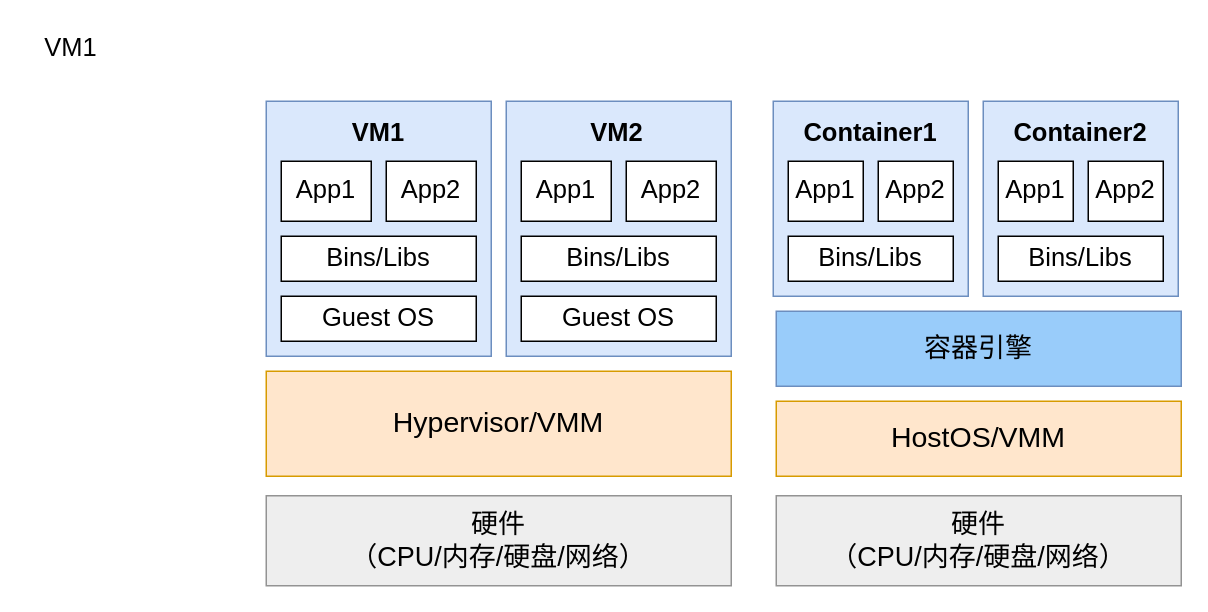
This is 虚拟化_容器.drawio from TouyamaRie/My_pictures, a draw.io file, before an edit. Source tidied: cells renumbered, new cells numbered last; positions are measured from the earlier drawing's top-left corner, leaving out a move shared by most shapes. Both pictures are drawn from the tidied source at 150%, with x=0, y=0 at pixel (26, 26).
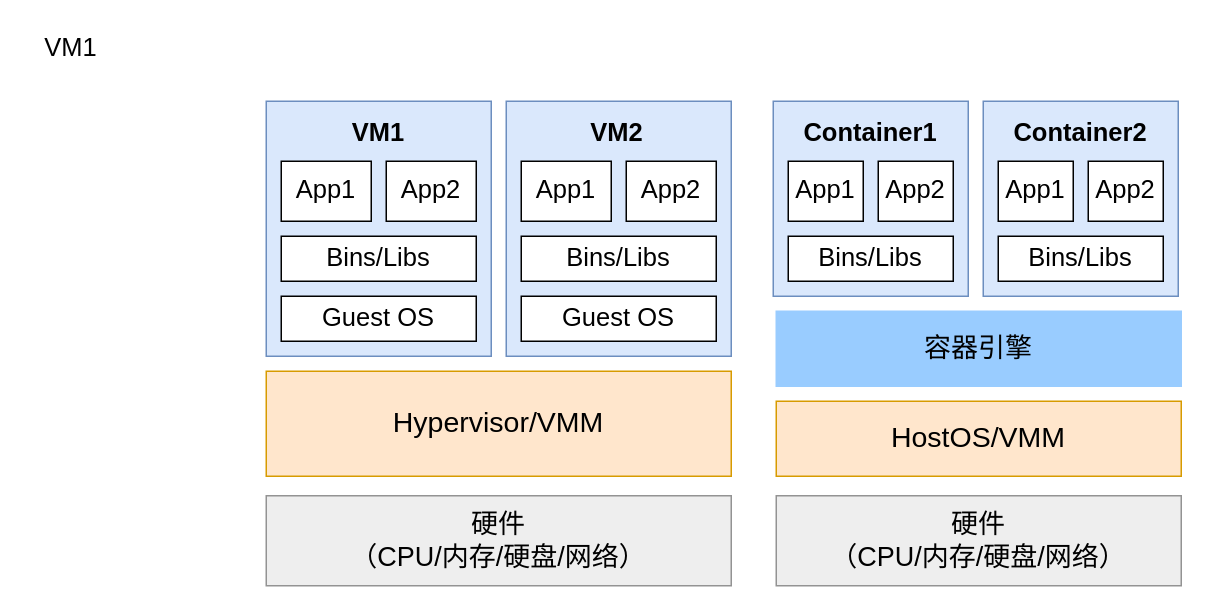
After the change.

Commit message (it also covers changes not shown here):
更新虚拟化_容器.drawio

Change to the diagram source:
```diff
@@
-    <mxCell id="6" value="&lt;font style=&quot;font-size: 18px;&quot;&gt;容器引擎&lt;/font&gt;" style="rounded=0;whiteSpace=wrap;html=1;fillColor=#99CCFA;strokeColor=#6c8ebf;" parent="1" vertex="1">
+    <mxCell id="6" value="&lt;font style=&quot;font-size: 18px;&quot;&gt;容器引擎&lt;/font&gt;" style="rounded=0;whiteSpace=wrap;html=1;fillColor=#99CCFF;strokeColor=#99CCFF;" parent="1" vertex="1">
       <mxGeometry x="500" y="190" width="270" height="50" as="geometry" />
     </mxCell>
```
